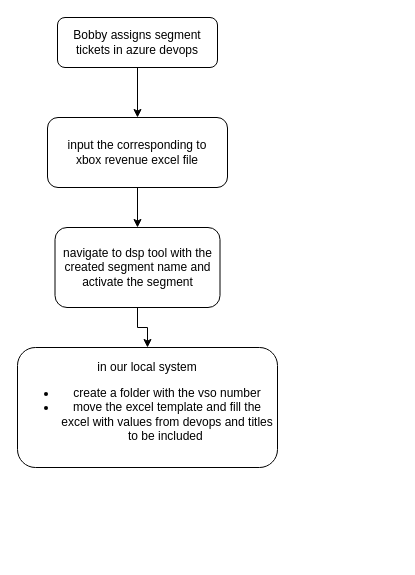
Earlier version of the draw.io diagram segment_creation.drawio (ajmalbinnizam/commit). Source tidied: cells renumbered, new cells numbered last; positions are measured from the earlier drawing's top-left corner, leaving out a move shared by most shapes. Both pictures are drawn from the tidied source at 100%, with x=0, y=0 at pixel (17, 17).
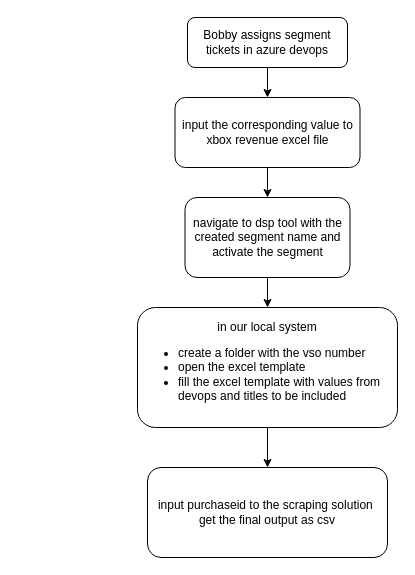
The same page after the edit.

Diff of the diagram source:
```diff
@@
 <mxGraphModel>
   <root>
     <mxCell id="0" />
     <mxCell id="1" parent="0" />
     <mxCell id="2" style="edgeStyle=orthogonalEdgeStyle;rounded=0;jettySize=auto;html=1;entryX=0.5;entryY=0;entryDx=0;entryDy=0;" parent="1" edge="1" source="3" target="6">
       <mxGeometry relative="1" as="geometry" />
     </mxCell>
     <mxCell id="3" value="Bobby assigns segment tickets in azure devops" style="rounded=1;whiteSpace=wrap;html=1;fontSize=12;glass=0;strokeWidth=1;shadow=0;" parent="1" vertex="1">
-      <mxGeometry x="40" width="160" height="50" as="geometry" />
+      <mxGeometry x="170" width="160" height="50" as="geometry" />
     </mxCell>
+    <mxCell id="9" style="edgeStyle=orthogonalEdgeStyle;rounded=0;jettySize=auto;html=1;entryX=0.5;entryY=0;entryDx=0;entryDy=0;" parent="1" edge="1" source="4" target="10">
+      <mxGeometry relative="1" as="geometry" />
+    </mxCell>
-    <mxCell id="4" value="in our local system&lt;br&gt;&lt;ul&gt;&lt;li&gt;create a folder with the vso number&lt;/li&gt;&lt;li&gt;move the excel template and fill the excel with values from devops and titles to be included&amp;nbsp;&lt;/li&gt;&lt;/ul&gt;" style="rounded=1;whiteSpace=wrap;html=1;fontSize=12;glass=0;strokeWidth=1;shadow=0;align=center;" parent="1" vertex="1">
-      <mxGeometry y="330" width="260" height="120" as="geometry" />
+    <mxCell id="4" value="in our local system&lt;br&gt;&lt;ul&gt;&lt;li style=&quot;text-align: left;&quot;&gt;create a folder with the vso number&lt;/li&gt;&lt;li style=&quot;text-align: left;&quot;&gt;open the excel template&amp;nbsp;&lt;/li&gt;&lt;li style=&quot;text-align: left;&quot;&gt;fill the excel template with values from devops and titles to be included&amp;nbsp;&lt;/li&gt;&lt;/ul&gt;" style="rounded=1;whiteSpace=wrap;html=1;fontSize=12;glass=0;strokeWidth=1;shadow=0;align=center;" parent="1" vertex="1">
+      <mxGeometry x="120" y="290" width="260" height="120" as="geometry" />
     </mxCell>
     <mxCell id="5" style="edgeStyle=orthogonalEdgeStyle;rounded=0;jettySize=auto;html=1;" parent="1" edge="1" source="6" target="8">
       <mxGeometry relative="1" as="geometry" />
     </mxCell>
-    <mxCell id="6" value="input the corresponding to&lt;br&gt;&amp;nbsp;xbox revenue excel file&amp;nbsp;" style="rounded=1;whiteSpace=wrap;html=1;fontSize=12;glass=0;strokeWidth=1;shadow=0;" parent="1" vertex="1">
-      <mxGeometry x="30" y="100" width="180" height="70" as="geometry" />
+    <mxCell id="6" value="input the corresponding value to&lt;br&gt;&amp;nbsp;xbox revenue excel file&amp;nbsp;" style="rounded=1;whiteSpace=wrap;html=1;fontSize=12;glass=0;strokeWidth=1;shadow=0;" parent="1" vertex="1">
+      <mxGeometry x="157.5" y="80" width="185" height="70" as="geometry" />
     </mxCell>
     <mxCell id="7" style="edgeStyle=orthogonalEdgeStyle;rounded=0;jettySize=auto;html=1;entryX=0.5;entryY=0;entryDx=0;entryDy=0;" parent="1" edge="1" source="8" target="4">
       <mxGeometry relative="1" as="geometry" />
     </mxCell>
     <mxCell id="8" value="navigate to dsp tool with the created segment name and activate the segment" style="rounded=1;whiteSpace=wrap;html=1;fontSize=12;glass=0;strokeWidth=1;shadow=0;" parent="1" vertex="1">
-      <mxGeometry x="37.5" y="210" width="165" height="80" as="geometry" />
+      <mxGeometry x="167.5" y="180" width="165" height="80" as="geometry" />
     </mxCell>
+    <mxCell id="10" value="input purchaseid to the scraping solution&amp;nbsp;&lt;br&gt;get the final output as csv" style="rounded=1;whiteSpace=wrap;html=1;fontSize=12;glass=0;strokeWidth=1;shadow=0;align=center;" parent="1" vertex="1">
+      <mxGeometry x="130" y="450" width="240" height="90" as="geometry" />
+    </mxCell>
   </root>
 </mxGraphModel>
```
